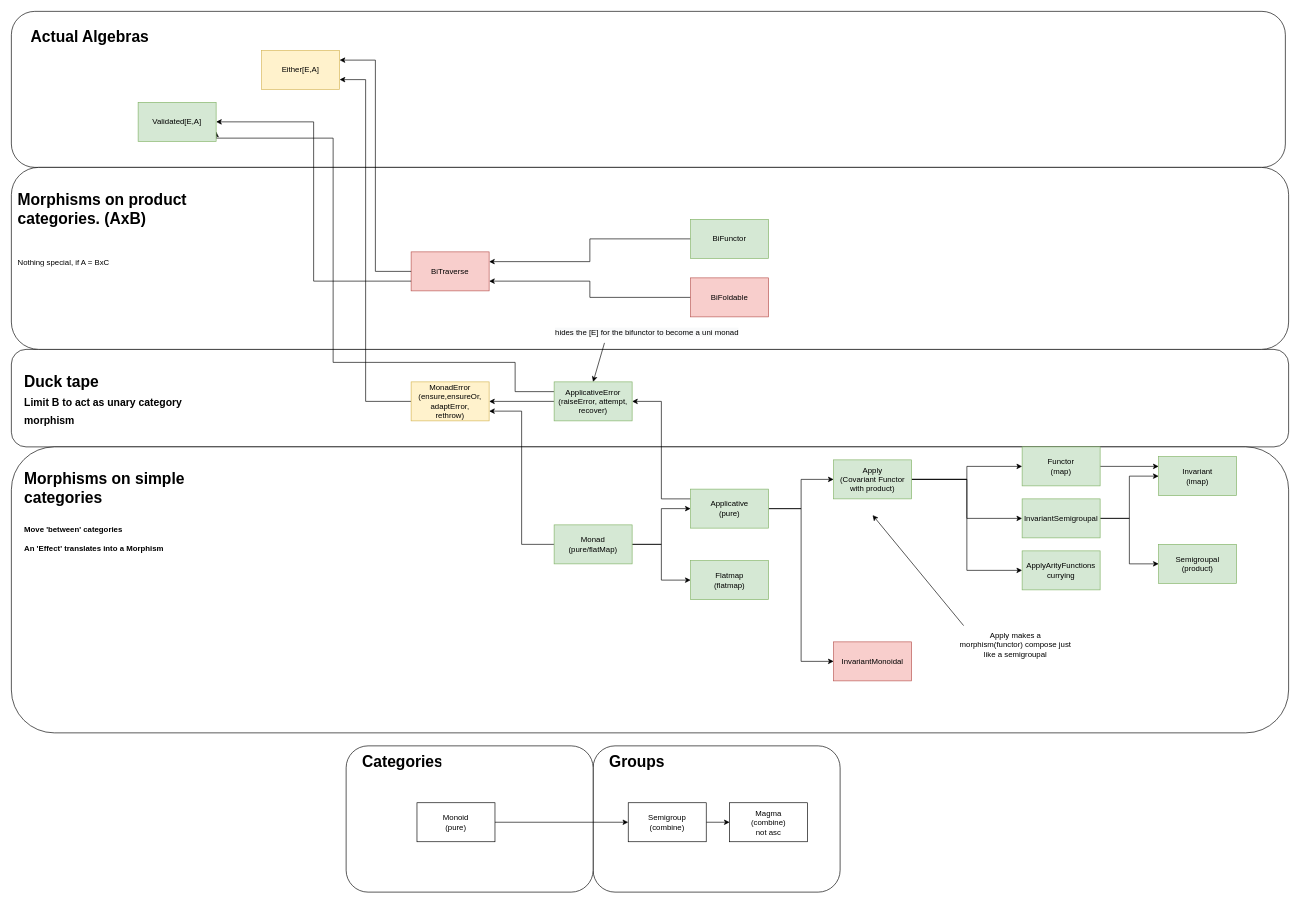
Above: page "Initial Big Picture" (1 of 2) of diagram.drawio in noReasonException/my-cats (draw.io), before the change. Source tidied: cells renumbered, new cells numbered last; positions are measured from the earlier drawing's top-left corner, leaving out a move shared by most shapes. Both pictures are drawn from the tidied source at 65%, with x=0, y=0 at pixel (11, 11).
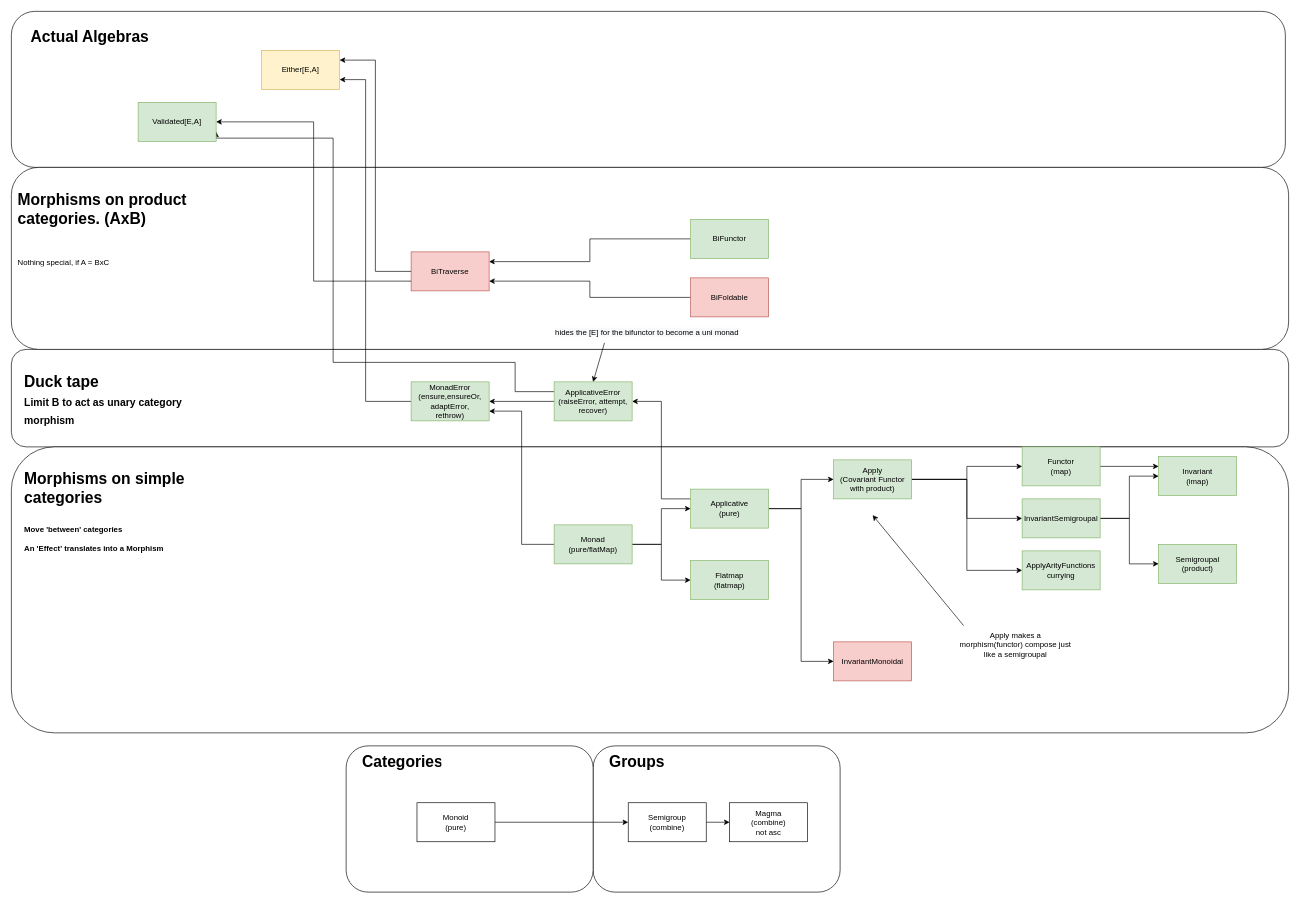
Above is the later version.

What changed in the source:
```diff
@@
-    <mxCell id="51" value="MonadError&lt;br&gt;(ensure,ensureOr,&lt;br&gt;adaptError,&lt;br&gt;rethrow)" style="rounded=0;whiteSpace=wrap;html=1;fillColor=#fff2cc;strokeColor=#d6b656;" parent="1" vertex="1">
+    <mxCell id="51" value="MonadError&lt;br&gt;(ensure,ensureOr,&lt;br&gt;adaptError,&lt;br&gt;rethrow)" style="rounded=0;whiteSpace=wrap;html=1;fillColor=#d5e8d4;strokeColor=#82b366;" parent="1" vertex="1">
       <mxGeometry x="615" y="570" width="120" height="60" as="geometry" />
     </mxCell>
```
